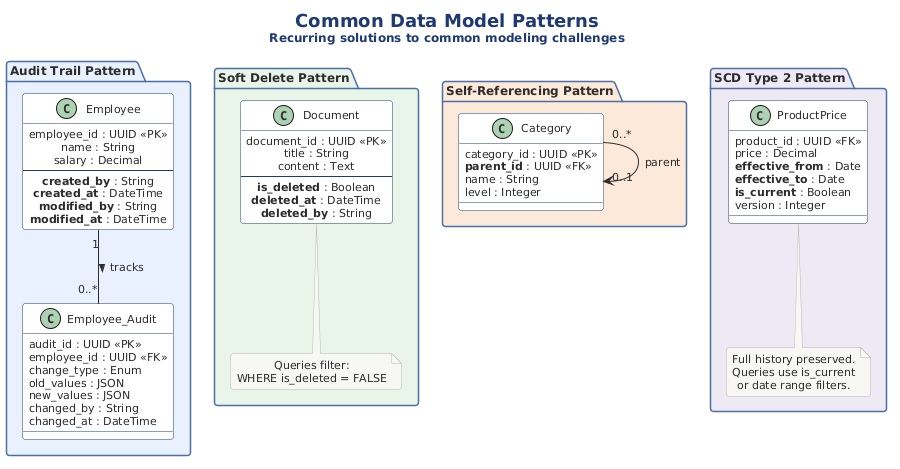
Notoriousjayy/latex-docs keeps this PlantUML diagram as src/architecture/views-and-beyond/style-catalogs/module/data-model-style/png/08-common-patterns.png. Above is the earlier version. Source of this version:
```plantuml
@startuml 08-common-patterns
!include ../../../../../../tooling/styles/plantuml/structural/package-diagram-style.iuml

!define BLUE #4A90D9
!define LBLUE #E8F0FE
!define GREEN #5BA85B
!define LGREEN #E8F5E8
!define ORANGE #D4763C
!define LORANGE #FDE8D8
!define PURPLE #7B68AE
!define LPURPLE #EDE8F5

title <size:18><b>Common Data Model Patterns</b></size>\n<size:12>Recurring solutions to common modeling challenges</size>

package "Audit Trail Pattern" as pkg1 #E8F0FE {
  class "Employee" as emp1 #FFFFFF {
    employee_id : UUID <<PK>>
    name : String
    salary : Decimal
    --
    **created_by** : String
    **created_at** : DateTime
    **modified_by** : String
    **modified_at** : DateTime
  }
  class "Employee_Audit" as empaud #FFFFFF {
    audit_id : UUID <<PK>>
    employee_id : UUID <<FK>>
    change_type : Enum
    old_values : JSON
    new_values : JSON
    changed_by : String
    changed_at : DateTime
  }
  emp1 "1" -- "0..*" empaud : tracks >
}

package "Soft Delete Pattern" as pkg2 #E8F5E8 {
  class "Document" as doc #FFFFFF {
    document_id : UUID <<PK>>
    title : String
    content : Text
    --
    **is_deleted** : Boolean
    **deleted_at** : DateTime
    **deleted_by** : String
  }
  note bottom of doc
    Queries filter:
    WHERE is_deleted = FALSE
  end note
}

package "Self-Referencing Pattern" as pkg3 #FDE8D8 {
  class "Category" as cat2 #FFFFFF {
    category_id : UUID <<PK>>
    **parent_id** : UUID <<FK>>
    name : String
    level : Integer
  }
  cat2 "0..*" --> "0..1" cat2 : parent
}

package "SCD Type 2 Pattern" as pkg4 #EDE8F5 {
  class "ProductPrice" as pp #FFFFFF {
    product_id : UUID <<FK>>
    price : Decimal
    **effective_from** : Date
    **effective_to** : Date
    **is_current** : Boolean
    version : Integer
  }
  note bottom of pp
    Full history preserved.
    Queries use is_current
    or date range filters.
  end note
}

@enduml
```
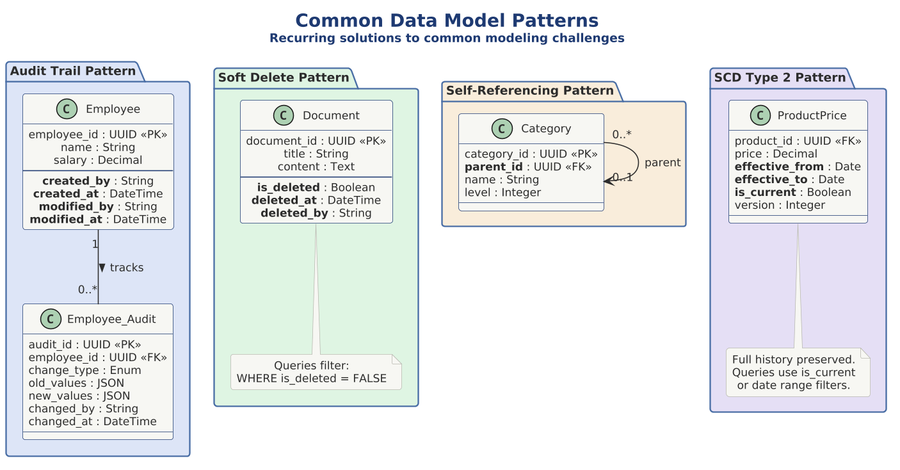
The same diagram one commit later.

Change to the diagram source:
```diff
@@ -1,19 +1,24 @@
 @startuml 08-common-patterns
+
+skinparam dpi 150
+
+
+
 !include ../../../../../../tooling/styles/plantuml/structural/package-diagram-style.iuml
 
-!define BLUE #4A90D9
-!define LBLUE #E8F0FE
-!define GREEN #5BA85B
-!define LGREEN #E8F5E8
-!define ORANGE #D4763C
-!define LORANGE #FDE8D8
-!define PURPLE #7B68AE
-!define LPURPLE #EDE8F5
+!define BLUE $line_primary
+!define LBLUE $fill_primary
+!define GREEN $line_ok
+!define LGREEN $fill_ok
+!define ORANGE $line_caution
+!define LORANGE $fill_caution
+!define PURPLE $line_alt
+!define LPURPLE $fill_alt
 
 title <size:18><b>Common Data Model Patterns</b></size>\n<size:12>Recurring solutions to common modeling challenges</size>
 
-package "Audit Trail Pattern" as pkg1 #E8F0FE {
-  class "Employee" as emp1 #FFFFFF {
+package "Audit Trail Pattern" as pkg1 $fill_primary {
+  class "Employee" as emp1 $theme_surface {
     employee_id : UUID <<PK>>
     name : String
     salary : Decimal
@@ -23,7 +28,7 @@
     **modified_by** : String
     **modified_at** : DateTime
   }
-  class "Employee_Audit" as empaud #FFFFFF {
+  class "Employee_Audit" as empaud $theme_surface {
     audit_id : UUID <<PK>>
     employee_id : UUID <<FK>>
     change_type : Enum
@@ -35,8 +40,8 @@
   emp1 "1" -- "0..*" empaud : tracks >
 }
 
-package "Soft Delete Pattern" as pkg2 #E8F5E8 {
-  class "Document" as doc #FFFFFF {
+package "Soft Delete Pattern" as pkg2 $fill_ok {
+  class "Document" as doc $theme_surface {
     document_id : UUID <<PK>>
     title : String
     content : Text
@@ -51,8 +56,8 @@
   end note
 }
 
-package "Self-Referencing Pattern" as pkg3 #FDE8D8 {
-  class "Category" as cat2 #FFFFFF {
+package "Self-Referencing Pattern" as pkg3 $fill_caution {
+  class "Category" as cat2 $theme_surface {
     category_id : UUID <<PK>>
     **parent_id** : UUID <<FK>>
     name : String
@@ -61,8 +66,8 @@
   cat2 "0..*" --> "0..1" cat2 : parent
 }
 
-package "SCD Type 2 Pattern" as pkg4 #EDE8F5 {
-  class "ProductPrice" as pp #FFFFFF {
+package "SCD Type 2 Pattern" as pkg4 $fill_alt {
+  class "ProductPrice" as pp $theme_surface {
     product_id : UUID <<FK>>
     price : Decimal
     **effective_from** : Date
```
